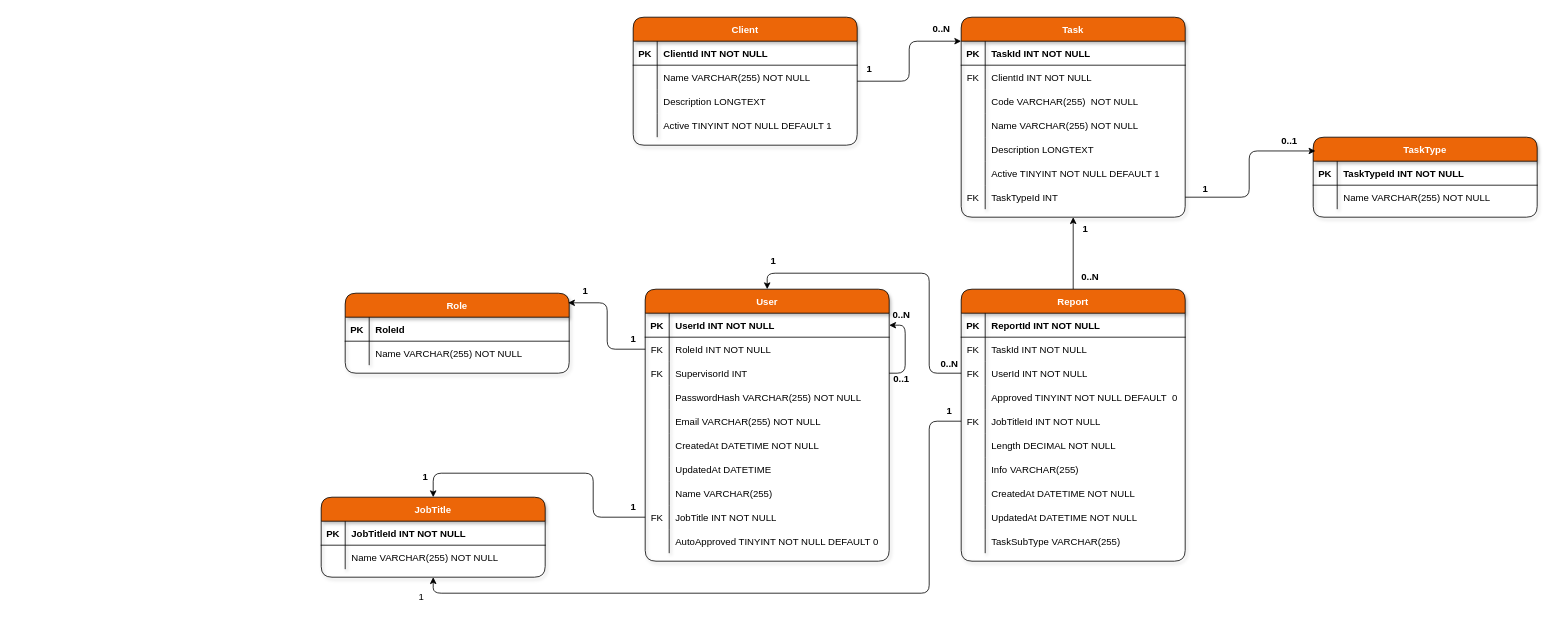
Before: Documentation/DatabaseScheme/vykazovnik_db_scheme.drawio in pslib-cz/MP2024-25_Kraus-Ivan_Navrh-a-tvorba-firemni-aplikace-pro-vykazy, a draw.io diagram. Source tidied: cells renumbered, new cells numbered last; positions are measured from the earlier drawing's top-left corner, leaving out a move shared by most shapes. Both pictures are drawn from the tidied source at 80%, with x=0, y=0 at pixel (321, 17).
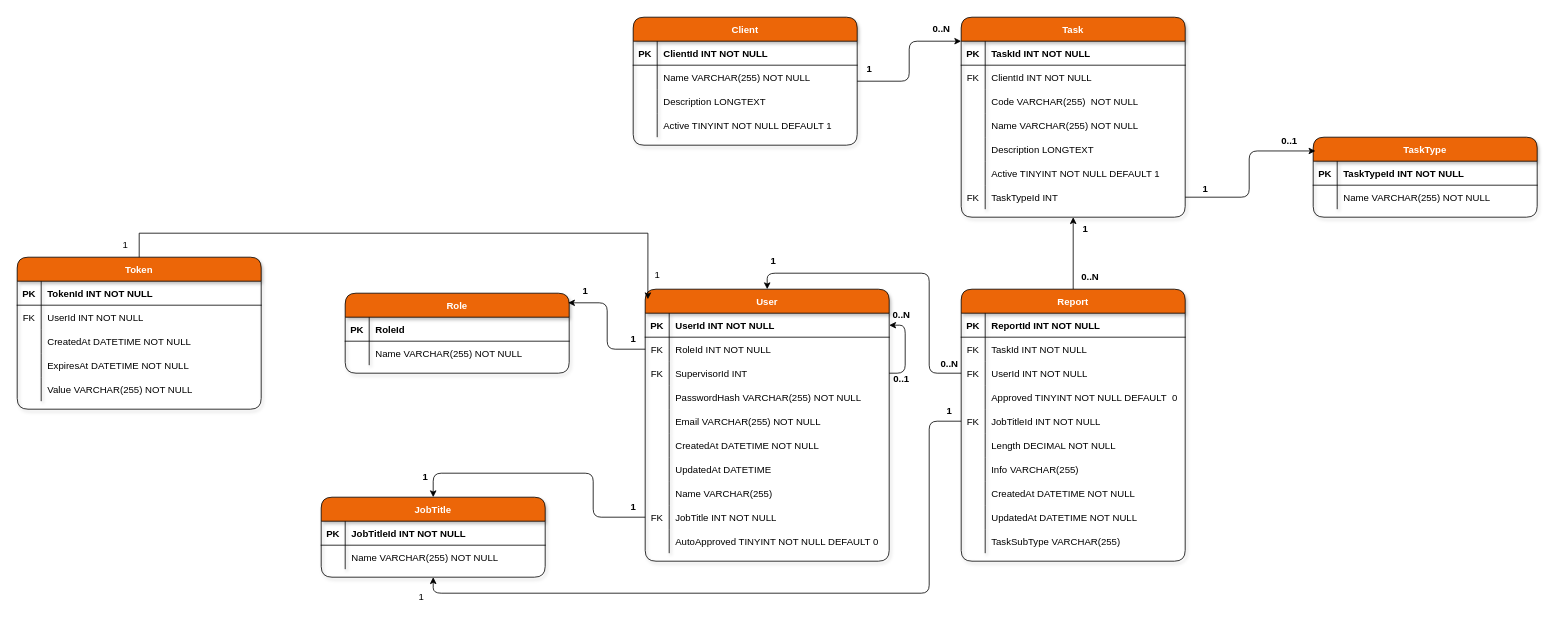
After the change.

Commit message:
Úprava database scheme

Unchanged cells that the change refers to:
```xml
<mxCell id="86" value="User" style="shape=table;startSize=30;childLayout=tableLayout;rowLines=0;fontStyle=1;align=center;rounded=1;fillColor=#ec6608;fontColor=#FFFFFF;shadow=1;" parent="1" vertex="1">
  <mxGeometry x="405" y="340" width="305" height="340" as="geometry" />
</mxCell>
```

Diff of the diagram source:
```diff
@@
+    <mxCell id="144" value="Token" style="shape=table;startSize=30;childLayout=tableLayout;rowLines=0;fontStyle=1;align=center;rounded=1;fillColor=#ec6608;fontColor=#FFFFFF;shadow=1;" parent="1" vertex="1">
+      <mxGeometry x="-380" y="300" width="305" height="190" as="geometry" />
+    </mxCell>
+    <mxCell id="145" style="shape=partialRectangle;fillColor=none;top=0;left=0;right=0;bottom=1;rounded=1;" parent="144" vertex="1">
+      <mxGeometry y="30" width="305" height="30" as="geometry" />
+    </mxCell>
+    <mxCell id="146" value="PK" style="shape=partialRectangle;overflow=hidden;fillColor=none;top=0;left=0;bottom=0;right=0;fontStyle=1;rounded=1;" parent="145" vertex="1">
+      <mxGeometry width="30" height="30" as="geometry" />
+    </mxCell>
+    <mxCell id="147" value="TokenId INT NOT NULL" style="shape=partialRectangle;overflow=hidden;fillColor=none;top=0;left=0;bottom=0;right=0;align=left;spacingLeft=6;fontStyle=1;rounded=1;" parent="145" vertex="1">
+      <mxGeometry x="30" width="275" height="30" as="geometry" />
+    </mxCell>
+    <mxCell id="148" style="shape=partialRectangle;fillColor=none;top=0;left=0;right=0;bottom=0;rounded=1;" parent="144" vertex="1">
+      <mxGeometry y="60" width="305" height="30" as="geometry" />
+    </mxCell>
+    <mxCell id="149" value="FK" style="shape=partialRectangle;overflow=hidden;fillColor=none;top=0;left=0;bottom=0;right=0;rounded=1;" parent="148" vertex="1">
+      <mxGeometry width="30" height="30" as="geometry" />
+    </mxCell>
+    <mxCell id="150" value="UserId INT NOT NULL" style="shape=partialRectangle;overflow=hidden;fillColor=none;top=0;left=0;bottom=0;right=0;align=left;spacingLeft=6;rounded=1;" parent="148" vertex="1">
+      <mxGeometry x="30" width="275" height="30" as="geometry" />
+    </mxCell>
+    <mxCell id="151" style="shape=partialRectangle;fillColor=none;top=0;left=0;right=0;bottom=0;rounded=1;" parent="144" vertex="1">
+      <mxGeometry y="90" width="305" height="30" as="geometry" />
+    </mxCell>
+    <mxCell id="152" style="shape=partialRectangle;overflow=hidden;fillColor=none;top=0;left=0;bottom=0;right=0;rounded=1;" parent="151" vertex="1">
+      <mxGeometry width="30" height="30" as="geometry" />
+    </mxCell>
+    <mxCell id="153" value="CreatedAt DATETIME NOT NULL" style="shape=partialRectangle;overflow=hidden;fillColor=none;top=0;left=0;bottom=0;right=0;align=left;spacingLeft=6;rounded=1;" parent="151" vertex="1">
+      <mxGeometry x="30" width="275" height="30" as="geometry" />
+    </mxCell>
+    <mxCell id="154" style="shape=partialRectangle;fillColor=none;top=0;left=0;right=0;bottom=0;rounded=1;" parent="144" vertex="1">
+      <mxGeometry y="120" width="305" height="30" as="geometry" />
+    </mxCell>
+    <mxCell id="155" style="shape=partialRectangle;overflow=hidden;fillColor=none;top=0;left=0;bottom=0;right=0;rounded=1;" parent="154" vertex="1">
+      <mxGeometry width="30" height="30" as="geometry" />
+    </mxCell>
+    <mxCell id="156" value="ExpiresAt DATETIME NOT NULL" style="shape=partialRectangle;overflow=hidden;fillColor=none;top=0;left=0;bottom=0;right=0;align=left;spacingLeft=6;rounded=1;" parent="154" vertex="1">
+      <mxGeometry x="30" width="275" height="30" as="geometry" />
+    </mxCell>
+    <mxCell id="157" style="shape=partialRectangle;fillColor=none;top=0;left=0;right=0;bottom=0;rounded=1;" parent="144" vertex="1">
+      <mxGeometry y="150" width="305" height="30" as="geometry" />
+    </mxCell>
+    <mxCell id="158" style="shape=partialRectangle;overflow=hidden;fillColor=none;top=0;left=0;bottom=0;right=0;rounded=1;" parent="157" vertex="1">
+      <mxGeometry width="30" height="30" as="geometry" />
+    </mxCell>
+    <mxCell id="159" value="Value VARCHAR(255) NOT NULL" style="shape=partialRectangle;overflow=hidden;fillColor=none;top=0;left=0;bottom=0;right=0;align=left;spacingLeft=6;rounded=1;" parent="157" vertex="1">
+      <mxGeometry x="30" width="275" height="30" as="geometry" />
+    </mxCell>
+    <mxCell id="160" style="edgeStyle=orthogonalEdgeStyle;rounded=0;jettySize=auto;html=1;exitX=0.5;exitY=0;exitDx=0;exitDy=0;entryX=0.011;entryY=0.037;entryDx=0;entryDy=0;entryPerimeter=0;" parent="1" edge="1" source="144" target="86">
+      <mxGeometry relative="1" as="geometry">
+        <Array as="points">
+          <mxPoint x="-227" y="270" />
+          <mxPoint x="408" y="270" />
+        </Array>
+      </mxGeometry>
+    </mxCell>
+    <mxCell id="161" value="1" style="text;html=1;align=center;verticalAlign=middle;strokeColor=none;fillColor=none;" parent="1" vertex="1">
+      <mxGeometry x="-260" y="270" width="30" height="30" as="geometry" />
+    </mxCell>
+    <mxCell id="162" value="1" style="text;html=1;align=center;verticalAlign=middle;strokeColor=none;fillColor=none;" parent="1" vertex="1">
+      <mxGeometry x="405" y="308" width="30" height="30" as="geometry" />
+    </mxCell>
```
